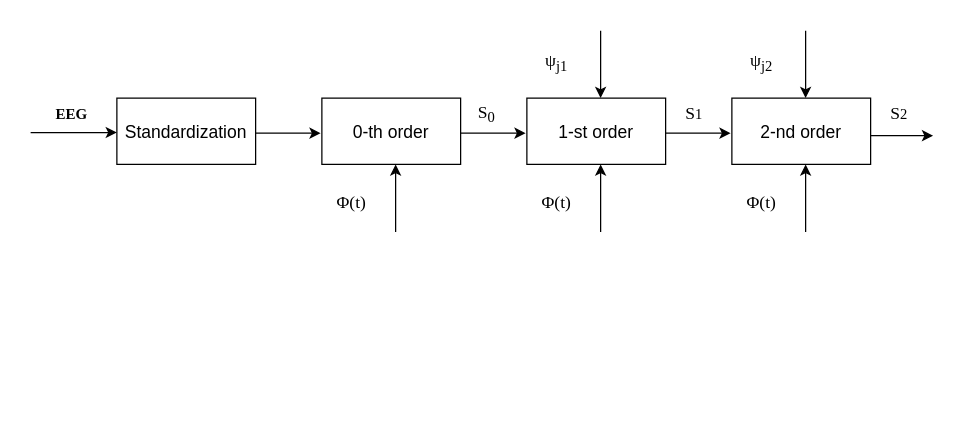
weihuan213/Forward keeps this draw.io diagram as 未.drawio. Above is the earlier version. Source tidied: cells renumbered, new cells numbered last; positions are measured from the earlier drawing's top-left corner, leaving out a move shared by most shapes. Both pictures are drawn from the tidied source at 125%, with x=0, y=0 at pixel (30, 30).
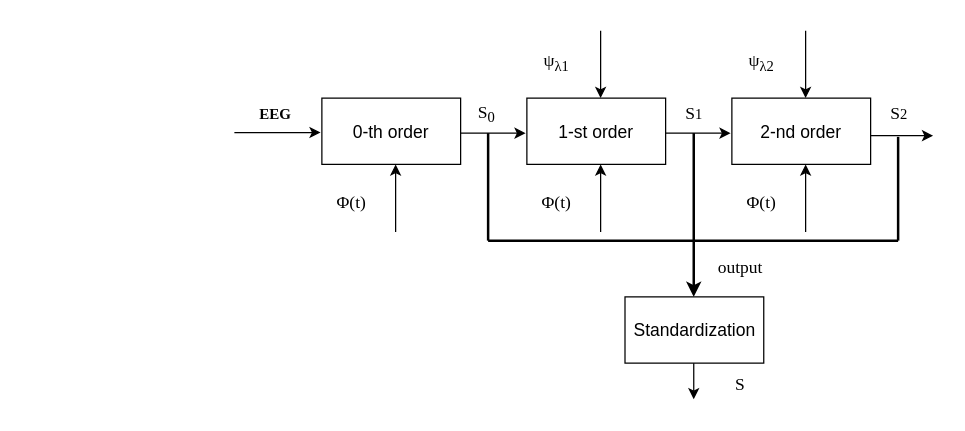
The same diagram, later.

What changed in the source:
```diff
@@
     <mxCell id="2" value="&lt;font style=&quot;font-size: 14px;&quot;&gt;Standardization&lt;/font&gt;" style="rounded=0;whiteSpace=wrap;html=1;" parent="1" vertex="1">
-      <mxGeometry x="69" y="54" width="111" height="53" as="geometry" />
+      <mxGeometry x="475.5" y="213" width="111" height="53" as="geometry" />
     </mxCell>
     <mxCell id="3" style="endArrow=classic;html=1;rounded=0;" parent="1" edge="1">
       <mxGeometry relative="1" as="geometry">
-        <mxPoint y="81.5" as="sourcePoint" />
-        <mxPoint x="69" y="81.5" as="targetPoint" />
+        <mxPoint x="163" y="81.5" as="sourcePoint" />
+        <mxPoint x="232" y="81.5" as="targetPoint" />
       </mxGeometry>
     </mxCell>
     <mxCell id="4" value="&lt;b&gt;EEG&lt;/b&gt;" style="text;html=1;strokeColor=none;fillColor=none;align=center;verticalAlign=middle;whiteSpace=wrap;rounded=0;fontFamily=Times New Roman;" parent="1" vertex="1">
-      <mxGeometry x="3" y="52" width="60" height="30" as="geometry" />
+      <mxGeometry x="166" y="52" width="60" height="30" as="geometry" />
     </mxCell>
@@
-    <mxCell id="6" style="endArrow=classic;html=1;rounded=0;fontFamily=Times New Roman;fontSize=14;" parent="1" edge="1">
-      <mxGeometry relative="1" as="geometry">
-        <mxPoint x="180" y="82" as="sourcePoint" />
-        <mxPoint x="232" y="82" as="targetPoint" />
-      </mxGeometry>
-    </mxCell>
@@
-    <mxCell id="14" value="ψ&lt;sub&gt;j1&lt;/sub&gt;" style="text;html=1;strokeColor=none;fillColor=none;align=center;verticalAlign=middle;whiteSpace=wrap;rounded=0;fontSize=14;fontFamily=Times New Roman;" parent="1" vertex="1">
+    <mxCell id="14" value="ψ&lt;sub&gt;λ1&lt;/sub&gt;" style="text;html=1;strokeColor=none;fillColor=none;align=center;verticalAlign=middle;whiteSpace=wrap;rounded=0;fontSize=14;fontFamily=Times New Roman;" parent="1" vertex="1">
       <mxGeometry x="391" y="11" width="60" height="30" as="geometry" />
     </mxCell>
@@
-    <mxCell id="20" value="ψ&lt;sub&gt;j2&lt;/sub&gt;" style="text;html=1;strokeColor=none;fillColor=none;align=center;verticalAlign=middle;whiteSpace=wrap;rounded=0;fontSize=14;fontFamily=Times New Roman;" parent="1" vertex="1">
+    <mxCell id="20" value="ψ&lt;sub&gt;λ2&lt;/sub&gt;" style="text;html=1;strokeColor=none;fillColor=none;align=center;verticalAlign=middle;whiteSpace=wrap;rounded=0;fontSize=14;fontFamily=Times New Roman;" parent="1" vertex="1">
       <mxGeometry x="555" y="11" width="60" height="30" as="geometry" />
     </mxCell>
@@
+    <mxCell id="25" style="endArrow=none;html=1;rounded=0;fontFamily=Times New Roman;fontSize=14;strokeWidth=2;" parent="1" edge="1">
+      <mxGeometry relative="1" as="geometry">
+        <mxPoint x="366" y="82" as="sourcePoint" />
+        <mxPoint x="366" y="168" as="targetPoint" />
+      </mxGeometry>
+    </mxCell>
+    <mxCell id="26" style="endArrow=none;html=1;rounded=0;fontFamily=Times New Roman;fontSize=14;strokeWidth=2;" parent="1" edge="1">
+      <mxGeometry relative="1" as="geometry">
+        <mxPoint x="530.5" y="82" as="sourcePoint" />
+        <mxPoint x="530.5" y="168" as="targetPoint" />
+      </mxGeometry>
+    </mxCell>
+    <mxCell id="27" style="endArrow=none;html=1;rounded=0;fontFamily=Times New Roman;fontSize=14;strokeWidth=2;" parent="1" edge="1">
+      <mxGeometry relative="1" as="geometry">
+        <mxPoint x="694" y="85" as="sourcePoint" />
+        <mxPoint x="694" y="168" as="targetPoint" />
+      </mxGeometry>
+    </mxCell>
+    <mxCell id="28" style="endArrow=none;html=1;rounded=0;fontFamily=Times New Roman;fontSize=14;strokeWidth=2;" parent="1" edge="1">
+      <mxGeometry relative="1" as="geometry">
+        <mxPoint x="366" y="168" as="sourcePoint" />
+        <mxPoint x="694" y="168" as="targetPoint" />
+      </mxGeometry>
+    </mxCell>
+    <mxCell id="29" style="endArrow=classic;html=1;rounded=0;strokeWidth=2;fontFamily=Times New Roman;fontSize=14;" parent="1" edge="1">
+      <mxGeometry relative="1" as="geometry">
+        <mxPoint x="530.5" y="169" as="sourcePoint" />
+        <mxPoint x="530.5" y="213" as="targetPoint" />
+      </mxGeometry>
+    </mxCell>
+    <mxCell id="30" style="endArrow=classic;html=1;rounded=0;strokeWidth=1;fontFamily=Times New Roman;fontSize=14;" parent="1" edge="1">
+      <mxGeometry relative="1" as="geometry">
+        <mxPoint x="530.5" y="266" as="sourcePoint" />
+        <mxPoint x="530.5" y="295" as="targetPoint" />
+      </mxGeometry>
+    </mxCell>
+    <mxCell id="31" value="S" style="text;html=1;strokeColor=none;fillColor=none;align=center;verticalAlign=middle;whiteSpace=wrap;rounded=0;fontSize=14;fontFamily=Times New Roman;" parent="1" vertex="1">
+      <mxGeometry x="538" y="269" width="60" height="30" as="geometry" />
+    </mxCell>
+    <mxCell id="32" value="output" style="text;html=1;strokeColor=none;fillColor=none;align=center;verticalAlign=middle;whiteSpace=wrap;rounded=0;fontSize=14;fontFamily=Times New Roman;" parent="1" vertex="1">
+      <mxGeometry x="538" y="175" width="60" height="30" as="geometry" />
+    </mxCell>
```
